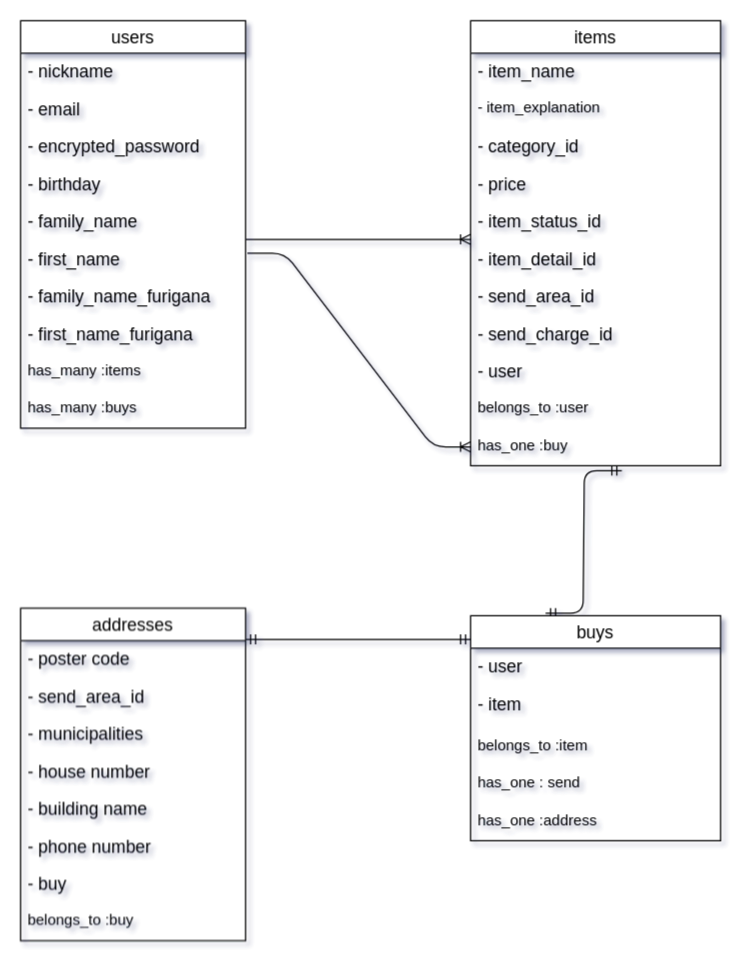
Above: furima.dio in ibuki23/furima_38790 (draw.io), before the change. Source tidied: cells renumbered, new cells numbered last; positions are measured from the earlier drawing's top-left corner, leaving out a move shared by most shapes. Both pictures are drawn from the tidied source at 125%, with x=0, y=0 at pixel (20, 20).
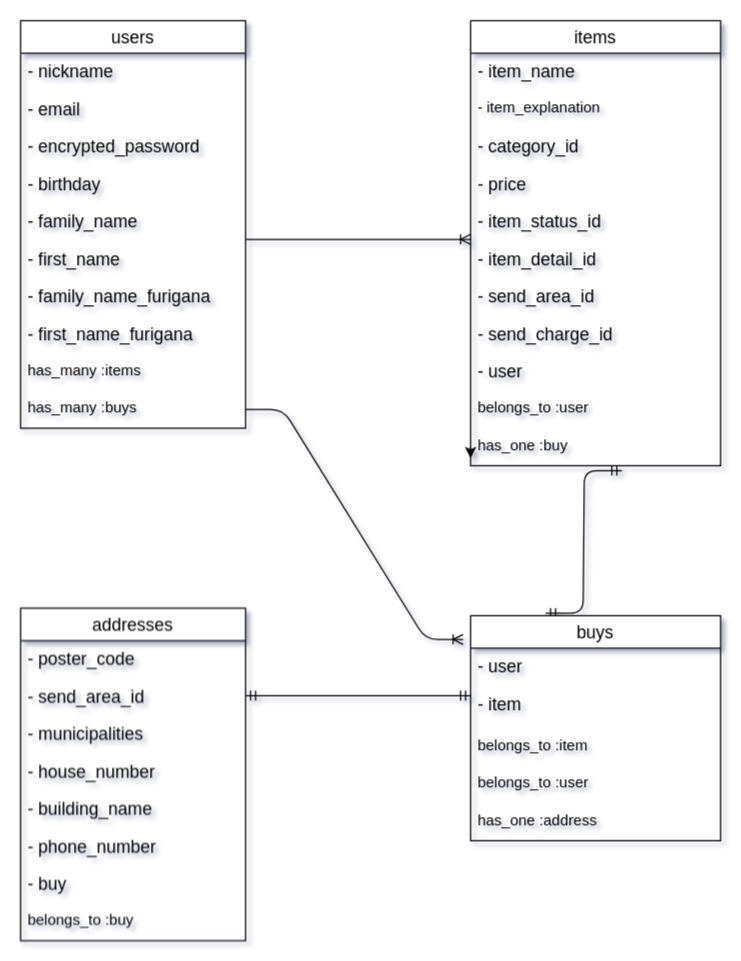
The same page after the edit.

The change refers to these unchanged cells:
```xml
<mxCell id="15" value="has_many :buys" style="text;strokeColor=none;fillColor=none;spacingLeft=4;spacingRight=4;overflow=hidden;points=[[0,0.5],[1,0.5]];portConstraint=eastwest;fontSize=12;" parent="5" vertex="1">
  <mxGeometry y="296" width="180" height="30" as="geometry" />
</mxCell>
<mxCell id="27" value="has_one :buy" style="text;strokeColor=none;fillColor=none;spacingLeft=4;spacingRight=4;overflow=hidden;points=[[0,0.5],[1,0.5]];portConstraint=eastwest;fontSize=12;" parent="16" vertex="1">
  <mxGeometry y="326" width="200" height="30" as="geometry" />
</mxCell>
<mxCell id="29" value="buys" style="swimlane;fontStyle=0;horizontal=1;startSize=26;align=center;fontSize=14;" parent="1" vertex="1">
  <mxGeometry x="360" y="476" width="200" height="180" as="geometry" />
</mxCell>
<mxCell id="35" value="addresses" style="swimlane;fontStyle=0;horizontal=1;startSize=26;align=center;fontSize=14;" parent="1" vertex="1">
  <mxGeometry y="470" width="180" height="266" as="geometry" />
</mxCell>
```

Diff of the diagram source:
```diff
@@
     <mxCell id="3" style="edgeStyle=entityRelationEdgeStyle;fontSize=12;html=1;endArrow=ERmandOne;startArrow=ERmandOne;targetPerimeterSpacing=0;strokeWidth=1;entryX=0;entryY=0.5;entryDx=0;entryDy=0;exitX=1;exitY=0.5;exitDx=0;exitDy=0;" parent="1" edge="1">
       <mxGeometry relative="1" as="geometry">
-        <mxPoint x="180" y="495" as="sourcePoint" />
-        <mxPoint x="360" y="495" as="targetPoint" />
+        <mxPoint x="180" y="540" as="sourcePoint" />
+        <mxPoint x="360" y="540" as="targetPoint" />
       </mxGeometry>
     </mxCell>
-    <mxCell id="4" style="edgeStyle=entityRelationEdgeStyle;fontSize=12;html=1;endArrow=ERoneToMany;targetPerimeterSpacing=0;strokeWidth=1;exitX=1;exitY=1;exitDx=0;exitDy=0;entryX=0;entryY=0.5;entryDx=0;entryDy=0;" parent="1" edge="1" target="27">
-      <mxGeometry relative="1" as="geometry">
-        <mxPoint x="181.4" y="186" as="sourcePoint" />
-      </mxGeometry>
+    <mxCell id="4" style="edgeStyle=entityRelationEdgeStyle;fontSize=12;html=1;endArrow=ERoneToMany;targetPerimeterSpacing=0;strokeWidth=1;exitX=1;exitY=0.5;exitDx=0;exitDy=0;entryX=-0.03;entryY=0.106;entryDx=0;entryDy=0;entryPerimeter=0;" parent="1" edge="1" source="15" target="29">
+      <mxGeometry relative="1" as="geometry" />
     </mxCell>
@@
-    <mxCell id="33" value="has_one : send" style="text;strokeColor=none;fillColor=none;spacingLeft=4;spacingRight=4;overflow=hidden;fontSize=12;" parent="29" vertex="1">
+    <mxCell id="33" value="belongs_to :user" style="text;strokeColor=none;fillColor=none;spacingLeft=4;spacingRight=4;overflow=hidden;fontSize=12;" parent="29" vertex="1">
       <mxGeometry y="120" width="200" height="30" as="geometry" />
     </mxCell>
@@
-    <mxCell id="36" value="- poster code" style="text;strokeColor=none;fillColor=none;spacingLeft=4;spacingRight=4;overflow=hidden;fontSize=14;" parent="35" vertex="1">
+    <mxCell id="36" value="- poster_code" style="text;strokeColor=none;fillColor=none;spacingLeft=4;spacingRight=4;overflow=hidden;fontSize=14;" parent="35" vertex="1">
       <mxGeometry y="26" width="180" height="30" as="geometry" />
     </mxCell>
@@
-    <mxCell id="39" value="- house number" style="text;strokeColor=none;fillColor=none;spacingLeft=4;spacingRight=4;overflow=hidden;fontSize=14;" parent="35" vertex="1">
+    <mxCell id="39" value="- house_number" style="text;strokeColor=none;fillColor=none;spacingLeft=4;spacingRight=4;overflow=hidden;fontSize=14;" parent="35" vertex="1">
       <mxGeometry y="116" width="180" height="30" as="geometry" />
     </mxCell>
-    <mxCell id="40" value="- building name" style="text;strokeColor=none;fillColor=none;spacingLeft=4;spacingRight=4;overflow=hidden;fontSize=14;" parent="35" vertex="1">
+    <mxCell id="40" value="- building_name" style="text;strokeColor=none;fillColor=none;spacingLeft=4;spacingRight=4;overflow=hidden;fontSize=14;" parent="35" vertex="1">
       <mxGeometry y="146" width="180" height="30" as="geometry" />
     </mxCell>
-    <mxCell id="41" value="- phone number" style="text;strokeColor=none;fillColor=none;spacingLeft=4;spacingRight=4;overflow=hidden;fontSize=14;" parent="35" vertex="1">
+    <mxCell id="41" value="- phone_number" style="text;strokeColor=none;fillColor=none;spacingLeft=4;spacingRight=4;overflow=hidden;fontSize=14;" parent="35" vertex="1">
       <mxGeometry y="176" width="180" height="30" as="geometry" />
     </mxCell>
@@
+    <mxCell id="44" style="edgeStyle=none;html=1;exitX=0;exitY=0.5;exitDx=0;exitDy=0;fontSize=14;" parent="1" edge="1" source="27">
+      <mxGeometry relative="1" as="geometry">
+        <mxPoint x="360" y="350" as="targetPoint" />
+      </mxGeometry>
+    </mxCell>
```
